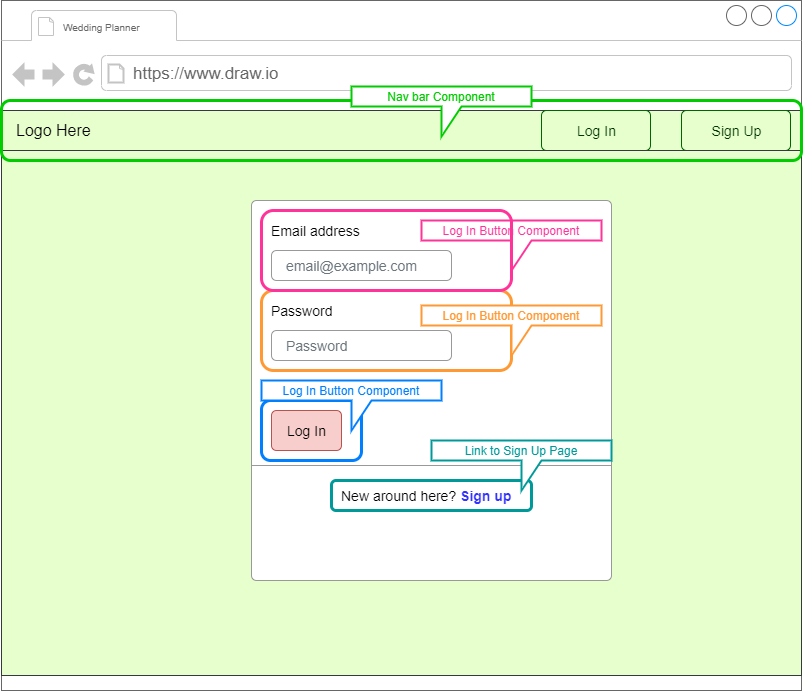
Above: assets/imgs/readme/wireframe2-login.png in wedding-planner-app/wedding-planner (draw.io), before the change. Source tidied: cells renumbered, new cells last; positions are measured from the earlier drawing's top-left corner, leaving out a move shared by most shapes. Source of this version:
```xml
<mxGraphModel>
  <root>
    <mxCell id="0" />
    <mxCell id="1" parent="0" />
    <mxCell id="2" style="strokeWidth=1;shadow=0;dashed=0;align=center;html=1;shape=mxgraph.mockup.containers.browserWindow;rSize=0;strokeColor2=#008cff;strokeColor3=#c4c4c4;mainText=,;strokeColor=#666666;" parent="1" vertex="1">
      <mxGeometry width="800" height="690" as="geometry" />
    </mxCell>
    <mxCell id="3" value="&lt;font style=&quot;font-size: 10px&quot;&gt;Wedding Planner&lt;/font&gt;" style="strokeWidth=1;shadow=0;dashed=0;align=center;html=1;shape=mxgraph.mockup.containers.anchor;fontSize=17;fontColor=#666666;align=left;" parent="2" vertex="1">
      <mxGeometry x="60" y="12" width="110" height="26" as="geometry" />
    </mxCell>
    <mxCell id="4" value="https://www.draw.io" style="strokeWidth=1;shadow=0;dashed=0;align=center;html=1;shape=mxgraph.mockup.containers.anchor;rSize=0;fontSize=17;fontColor=#666666;align=left;" parent="2" vertex="1">
      <mxGeometry x="130" y="60" width="250" height="26" as="geometry" />
    </mxCell>
    <mxCell id="5" value="Logo Here" style="html=1;shadow=0;dashed=0;strokeColor=#36393d;fontSize=16;align=left;spacing=15;fillColor=#E6FFCC;" parent="2" vertex="1">
      <mxGeometry y="110" width="800" height="40" as="geometry" />
    </mxCell>
    <mxCell id="6" value="&lt;font color=&quot;#003300&quot;&gt;Log In&lt;/font&gt;" style="html=1;shadow=0;dashed=0;shape=mxgraph.bootstrap.rrect;rSize=5;fontSize=14;fontColor=#0085FC;fillColor=none;strokeColor=#006600;" parent="5" vertex="1">
      <mxGeometry x="1" width="109" height="40" relative="1" as="geometry">
        <mxPoint x="-260" as="offset" />
      </mxGeometry>
    </mxCell>
    <mxCell id="7" value="&lt;font color=&quot;#003300&quot;&gt;Sign Up&lt;/font&gt;" style="html=1;shadow=0;dashed=0;shape=mxgraph.bootstrap.rrect;rSize=5;fontSize=14;fontColor=#0085FC;fillColor=none;strokeColor=#006600;" parent="5" vertex="1">
      <mxGeometry x="680" width="109" height="40" as="geometry" />
    </mxCell>
    <mxCell id="8" style="rounded=0;whiteSpace=wrap;html=1;strokeColor=#36393d;fillColor=#E6FFCC;" parent="2" vertex="1">
      <mxGeometry y="150" width="800" height="525" as="geometry" />
    </mxCell>
    <mxCell id="9" style="rounded=1;whiteSpace=wrap;html=1;fillColor=none;strokeColor=#00CC00;strokeWidth=3;" parent="2" vertex="1">
      <mxGeometry y="100" width="800" height="60" as="geometry" />
    </mxCell>
    <mxCell id="10" value="&lt;font color=&quot;#00cc00&quot;&gt;Nav bar Component&lt;/font&gt;" style="shape=callout;whiteSpace=wrap;html=1;perimeter=calloutPerimeter;strokeColor=#00CC00;strokeWidth=2;" parent="2" vertex="1">
      <mxGeometry x="350" y="86" width="180" height="50" as="geometry" />
    </mxCell>
    <mxCell id="11" style="html=1;shadow=0;dashed=0;shape=mxgraph.bootstrap.rrect;rSize=5;fillColor=#ffffff;strokeColor=#999999;" parent="2" vertex="1">
      <mxGeometry x="250" y="200" width="360" height="380" as="geometry" />
    </mxCell>
    <mxCell id="12" value="Email address" style="fillColor=none;strokeColor=none;align=left;spacing=20;fontSize=14;" parent="11" vertex="1">
      <mxGeometry width="220" height="40" relative="1" as="geometry">
        <mxPoint y="10" as="offset" />
      </mxGeometry>
    </mxCell>
    <mxCell id="13" value="email@example.com" style="html=1;shadow=0;dashed=0;shape=mxgraph.bootstrap.rrect;rSize=5;fillColor=none;strokeColor=#999999;align=left;spacing=15;fontSize=14;fontColor=#6C767D;" parent="11" vertex="1">
      <mxGeometry width="180" height="30" relative="1" as="geometry">
        <mxPoint x="20" y="50" as="offset" />
      </mxGeometry>
    </mxCell>
    <mxCell id="14" value="Password" style="fillColor=none;strokeColor=none;align=left;spacing=20;fontSize=14;" parent="11" vertex="1">
      <mxGeometry width="220" height="40" relative="1" as="geometry">
        <mxPoint y="90" as="offset" />
      </mxGeometry>
    </mxCell>
    <mxCell id="15" value="Password" style="html=1;shadow=0;dashed=0;shape=mxgraph.bootstrap.rrect;rSize=5;fillColor=none;strokeColor=#999999;align=left;spacing=15;fontSize=14;fontColor=#6C767D;" parent="11" vertex="1">
      <mxGeometry width="180" height="30" relative="1" as="geometry">
        <mxPoint x="20" y="130" as="offset" />
      </mxGeometry>
    </mxCell>
    <mxCell id="16" value="Log In" style="html=1;shadow=0;dashed=0;shape=mxgraph.bootstrap.rrect;rSize=5;fillColor=#f8cecc;strokeColor=#b85450;align=center;fontSize=14;" parent="11" vertex="1">
      <mxGeometry width="70" height="40" relative="1" as="geometry">
        <mxPoint x="20" y="210" as="offset" />
      </mxGeometry>
    </mxCell>
    <mxCell id="17" style="shape=line;strokeColor=#999999;perimeter=none;" parent="11" vertex="1">
      <mxGeometry width="360" height="10" relative="1" as="geometry">
        <mxPoint y="260" as="offset" />
      </mxGeometry>
    </mxCell>
    <mxCell id="18" value="New around here? &lt;b&gt;&lt;font color=&quot;#3333ff&quot;&gt;Sign up&lt;/font&gt;&lt;/b&gt;&lt;br&gt;" style="html=1;fillColor=none;strokeColor=none;align=left;spacing=20;fontSize=14;" parent="11" vertex="1">
      <mxGeometry width="220" height="30" relative="1" as="geometry">
        <mxPoint x="70" y="280" as="offset" />
      </mxGeometry>
    </mxCell>
    <mxCell id="19" style="rounded=1;whiteSpace=wrap;html=1;fillColor=none;strokeWidth=3;strokeColor=#FF9933;" parent="11" vertex="1">
      <mxGeometry x="10" y="90" width="250" height="80" as="geometry" />
    </mxCell>
    <mxCell id="20" style="rounded=1;whiteSpace=wrap;html=1;fillColor=none;strokeWidth=3;strokeColor=#007FFF;" parent="11" vertex="1">
      <mxGeometry x="10" y="200" width="100" height="60" as="geometry" />
    </mxCell>
    <mxCell id="21" style="rounded=1;whiteSpace=wrap;html=1;fillColor=none;strokeWidth=3;strokeColor=#009999;" parent="11" vertex="1">
      <mxGeometry x="80" y="280" width="200" height="30" as="geometry" />
    </mxCell>
    <mxCell id="22" value="&lt;font color=&quot;#009999&quot;&gt;Link to Sign Up Page&lt;/font&gt;" style="shape=callout;whiteSpace=wrap;html=1;perimeter=calloutPerimeter;strokeWidth=2;strokeColor=#009999;" parent="11" vertex="1">
      <mxGeometry x="180" y="240" width="180" height="50" as="geometry" />
    </mxCell>
    <mxCell id="23" value="&lt;font color=&quot;#007fff&quot;&gt;Log In Button Component&lt;/font&gt;" style="shape=callout;whiteSpace=wrap;html=1;perimeter=calloutPerimeter;strokeWidth=2;strokeColor=#007FFF;" parent="11" vertex="1">
      <mxGeometry x="10" y="180" width="180" height="50" as="geometry" />
    </mxCell>
    <mxCell id="24" value="&lt;font color=&quot;#ff9933&quot;&gt;Log In Button Component&lt;/font&gt;" style="shape=callout;whiteSpace=wrap;html=1;perimeter=calloutPerimeter;strokeWidth=2;strokeColor=#FF9933;" parent="11" vertex="1">
      <mxGeometry x="170" y="105" width="180" height="50" as="geometry" />
    </mxCell>
    <mxCell id="25" value="&lt;font color=&quot;#ff3399&quot;&gt;Log In Button Component&lt;/font&gt;" style="shape=callout;whiteSpace=wrap;html=1;perimeter=calloutPerimeter;strokeWidth=2;strokeColor=#FF3399;" parent="11" vertex="1">
      <mxGeometry x="170" y="20" width="180" height="50" as="geometry" />
    </mxCell>
    <mxCell id="26" style="rounded=1;whiteSpace=wrap;html=1;fillColor=none;strokeWidth=3;strokeColor=#FF3399;" parent="2" vertex="1">
      <mxGeometry x="260" y="210" width="250" height="80" as="geometry" />
    </mxCell>
  </root>
</mxGraphModel>
```
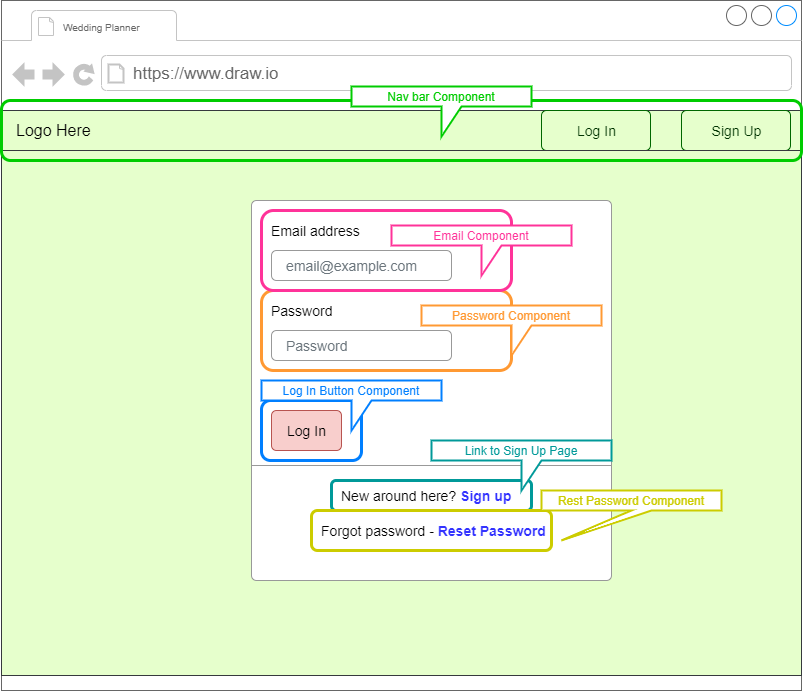
Later version of the same file.

Commit message:
updated the login page

The edit, as a diff of the source:
```diff
@@ -64,9 +64,9 @@
         <mxPoint y="260" as="offset" />
       </mxGeometry>
     </mxCell>
-    <mxCell id="18" value="New around here? &lt;b&gt;&lt;font color=&quot;#3333ff&quot;&gt;Sign up&lt;/font&gt;&lt;/b&gt;&lt;br&gt;" style="html=1;fillColor=none;strokeColor=none;align=left;spacing=20;fontSize=14;" parent="11" vertex="1">
+    <mxCell id="18" value="Forgot password - &lt;font color=&quot;#3333ff&quot;&gt;&lt;b&gt;Reset Password&lt;/b&gt;&lt;/font&gt;" style="html=1;fillColor=none;strokeColor=none;align=left;spacing=20;fontSize=14;" parent="11" vertex="1">
       <mxGeometry width="220" height="30" relative="1" as="geometry">
-        <mxPoint x="70" y="280" as="offset" />
+        <mxPoint x="50" y="315" as="offset" />
       </mxGeometry>
     </mxCell>
     <mxCell id="19" style="rounded=1;whiteSpace=wrap;html=1;fillColor=none;strokeWidth=3;strokeColor=#FF9933;" parent="11" vertex="1">
@@ -78,20 +78,29 @@
     <mxCell id="21" style="rounded=1;whiteSpace=wrap;html=1;fillColor=none;strokeWidth=3;strokeColor=#009999;" parent="11" vertex="1">
       <mxGeometry x="80" y="280" width="200" height="30" as="geometry" />
     </mxCell>
-    <mxCell id="22" value="&lt;font color=&quot;#009999&quot;&gt;Link to Sign Up Page&lt;/font&gt;" style="shape=callout;whiteSpace=wrap;html=1;perimeter=calloutPerimeter;strokeWidth=2;strokeColor=#009999;" parent="11" vertex="1">
-      <mxGeometry x="180" y="240" width="180" height="50" as="geometry" />
-    </mxCell>
     <mxCell id="23" value="&lt;font color=&quot;#007fff&quot;&gt;Log In Button Component&lt;/font&gt;" style="shape=callout;whiteSpace=wrap;html=1;perimeter=calloutPerimeter;strokeWidth=2;strokeColor=#007FFF;" parent="11" vertex="1">
       <mxGeometry x="10" y="180" width="180" height="50" as="geometry" />
     </mxCell>
-    <mxCell id="24" value="&lt;font color=&quot;#ff9933&quot;&gt;Log In Button Component&lt;/font&gt;" style="shape=callout;whiteSpace=wrap;html=1;perimeter=calloutPerimeter;strokeWidth=2;strokeColor=#FF9933;" parent="11" vertex="1">
+    <mxCell id="24" value="&lt;font color=&quot;#ff9933&quot;&gt;Password Component&lt;/font&gt;" style="shape=callout;whiteSpace=wrap;html=1;perimeter=calloutPerimeter;strokeWidth=2;strokeColor=#FF9933;" parent="11" vertex="1">
       <mxGeometry x="170" y="105" width="180" height="50" as="geometry" />
     </mxCell>
-    <mxCell id="25" value="&lt;font color=&quot;#ff3399&quot;&gt;Log In Button Component&lt;/font&gt;" style="shape=callout;whiteSpace=wrap;html=1;perimeter=calloutPerimeter;strokeWidth=2;strokeColor=#FF3399;" parent="11" vertex="1">
-      <mxGeometry x="170" y="20" width="180" height="50" as="geometry" />
-    </mxCell>
+    <mxCell id="27" value="New around here? &lt;b&gt;&lt;font color=&quot;#3333ff&quot;&gt;Sign up&lt;/font&gt;&lt;/b&gt;&lt;br&gt;" style="html=1;fillColor=none;strokeColor=none;align=left;spacing=20;fontSize=14;" parent="11" vertex="1">
+      <mxGeometry x="70" y="280" width="220" height="30" as="geometry" />
+    </mxCell>
+    <mxCell id="22" value="&lt;font color=&quot;#009999&quot;&gt;Link to Sign Up Page&lt;/font&gt;" style="shape=callout;whiteSpace=wrap;html=1;perimeter=calloutPerimeter;strokeWidth=2;strokeColor=#009999;" parent="11" vertex="1">
+      <mxGeometry x="180" y="240" width="180" height="50" as="geometry" />
+    </mxCell>
+    <mxCell id="28" style="rounded=1;whiteSpace=wrap;html=1;fillColor=none;strokeWidth=3;strokeColor=#CCCC00;" parent="11" vertex="1">
+      <mxGeometry x="60" y="310" width="240" height="40" as="geometry" />
+    </mxCell>
     <mxCell id="26" style="rounded=1;whiteSpace=wrap;html=1;fillColor=none;strokeWidth=3;strokeColor=#FF3399;" parent="2" vertex="1">
       <mxGeometry x="260" y="210" width="250" height="80" as="geometry" />
     </mxCell>
+    <mxCell id="29" value="&lt;font color=&quot;#ff3399&quot;&gt;Email Component&lt;/font&gt;" style="shape=callout;whiteSpace=wrap;html=1;perimeter=calloutPerimeter;strokeWidth=2;strokeColor=#FF3399;" parent="2" vertex="1">
+      <mxGeometry x="390" y="225" width="180" height="50" as="geometry" />
+    </mxCell>
+    <mxCell id="30" value="&lt;font color=&quot;#cccc00&quot;&gt;Rest Password Component&lt;/font&gt;" style="shape=callout;whiteSpace=wrap;html=1;perimeter=calloutPerimeter;strokeWidth=2;position2=0.11;strokeColor=#CCCC00;" parent="2" vertex="1">
+      <mxGeometry x="540" y="490" width="180" height="50" as="geometry" />
+    </mxCell>
   </root>
 </mxGraphModel>
```
